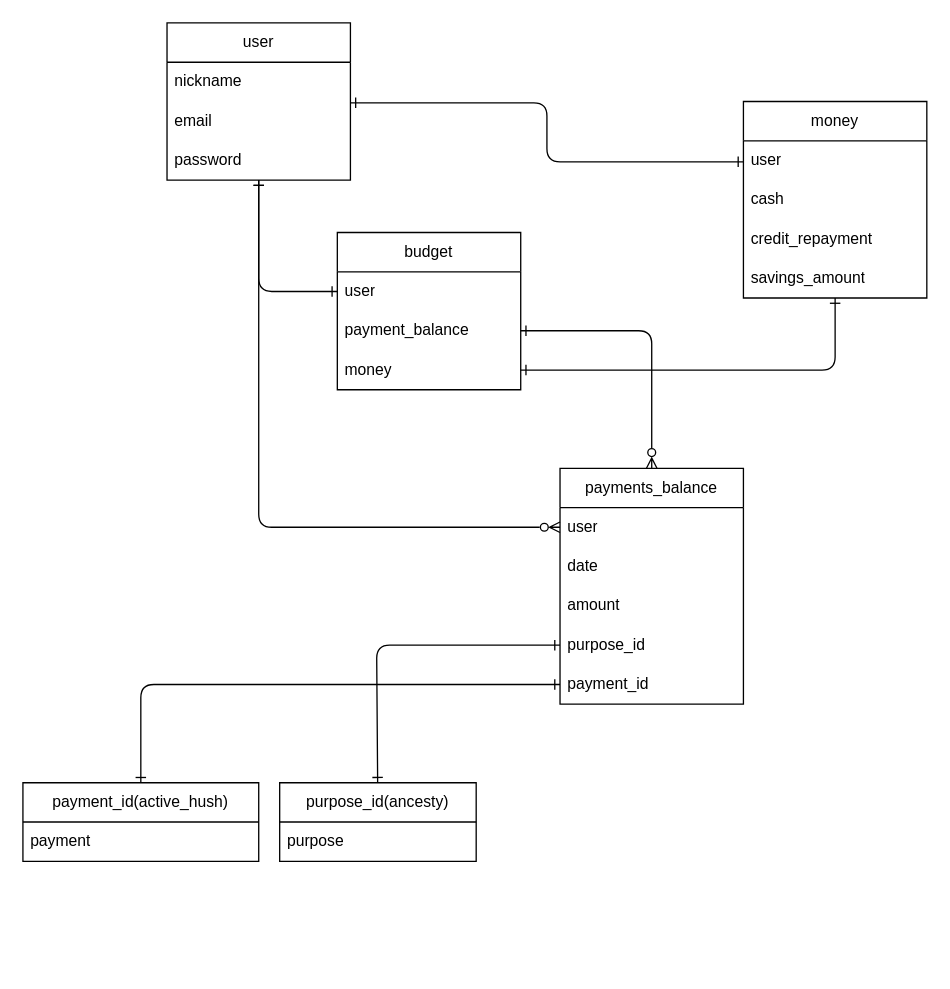
Above: my_ecopla_ER.dio in Yuya7124/my_ecopla (draw.io), before the change. Source tidied: cells renumbered, new cells numbered last; positions are measured from the earlier drawing's top-left corner, leaving out a move shared by most shapes. Both pictures are drawn from the tidied source at 131%, with x=0, y=0 at pixel (22, 22).
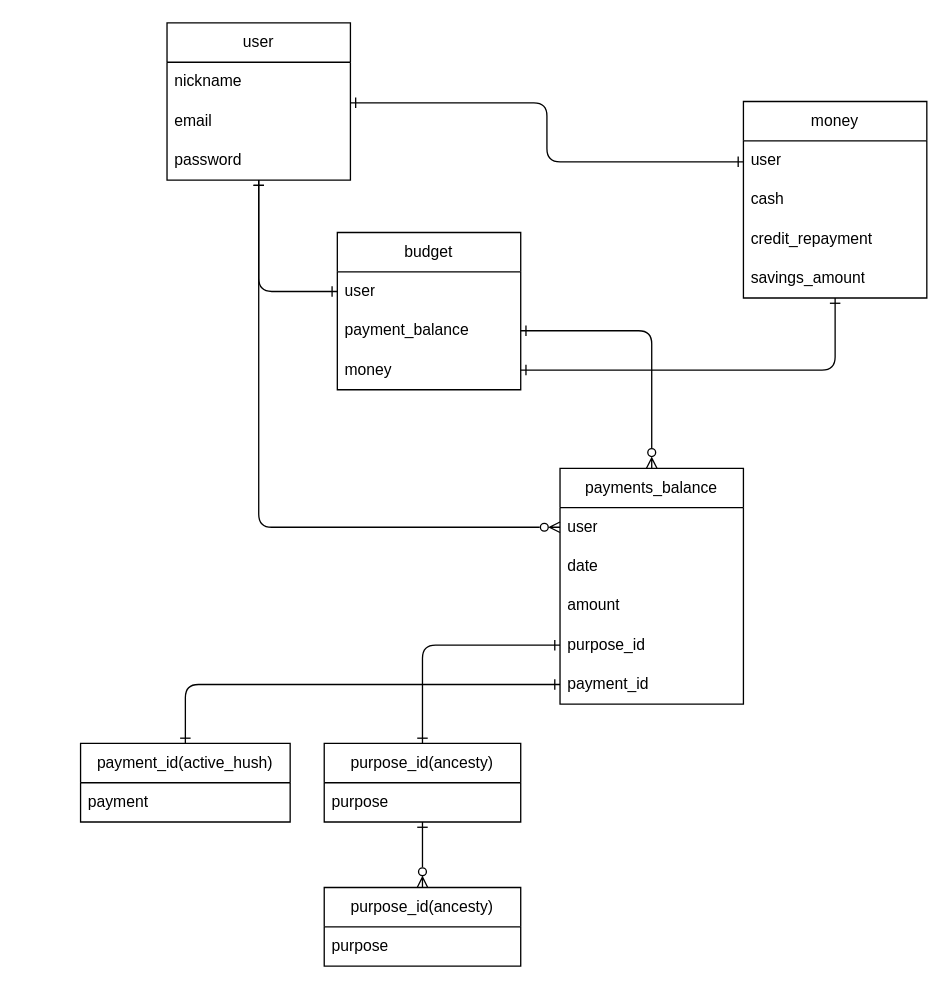
The same page after the edit.

Commit message (it also covers changes not shown here):
画面遷移図の編集と、数値アニメーションの仮実装

The change refers to these unchanged cells:
```xml
<mxCell id="11" value="purpose_id" style="text;strokeColor=none;fillColor=none;align=left;verticalAlign=middle;spacingLeft=4;spacingRight=4;overflow=hidden;points=[[0,0.5],[1,0.5]];portConstraint=eastwest;whiteSpace=wrap;html=1;" parent="7" vertex="1">
  <mxGeometry y="120" width="140" height="30" as="geometry" />
</mxCell>
<mxCell id="12" value="payment_id" style="text;strokeColor=none;fillColor=none;align=left;verticalAlign=middle;spacingLeft=4;spacingRight=4;overflow=hidden;points=[[0,0.5],[1,0.5]];portConstraint=eastwest;whiteSpace=wrap;html=1;" parent="7" vertex="1">
  <mxGeometry y="150" width="140" height="30" as="geometry" />
</mxCell>
```

Diff of the diagram source:
```diff
@@
     <mxCell id="22" style="edgeStyle=none;html=1;entryX=0;entryY=0.5;entryDx=0;entryDy=0;startArrow=ERone;startFill=0;endArrow=ERone;endFill=0;" parent="1" edge="1" source="23" target="12">
       <mxGeometry relative="1" as="geometry">
         <Array as="points">
-          <mxPoint x="90" y="505" />
+          <mxPoint x="124" y="505" />
         </Array>
       </mxGeometry>
     </mxCell>
     <mxCell id="23" value="&lt;span style=&quot;text-align: left;&quot;&gt;payment_i&lt;/span&gt;&lt;span style=&quot;text-align: left;&quot;&gt;d(active_hush)&lt;/span&gt;" style="swimlane;fontStyle=0;horizontal=1;startSize=30;whiteSpace=wrap;html=1;" parent="1" vertex="1">
-      <mxGeometry y="580" width="180" height="60" as="geometry" />
+      <mxGeometry x="44" y="550" width="160" height="60" as="geometry" />
     </mxCell>
     <mxCell id="24" value="payment" style="text;strokeColor=none;fillColor=none;align=left;verticalAlign=middle;spacingLeft=4;spacingRight=4;overflow=hidden;whiteSpace=wrap;html=1;" parent="23" vertex="1">
-      <mxGeometry y="30" width="180" height="30" as="geometry" />
+      <mxGeometry y="30" width="160" height="30" as="geometry" />
     </mxCell>
+    <mxCell id="32" style="edgeStyle=none;html=1;endArrow=ERzeroToMany;endFill=0;startArrow=ERone;startFill=0;" parent="1" edge="1" source="25" target="33">
+      <mxGeometry relative="1" as="geometry" />
+    </mxCell>
     <mxCell id="25" value="&lt;span style=&quot;text-align: left;&quot;&gt;purpose_id&lt;/span&gt;(ancesty)" style="swimlane;fontStyle=0;horizontal=1;startSize=30;whiteSpace=wrap;html=1;" parent="1" vertex="1">
-      <mxGeometry x="196" y="580" width="150" height="60" as="geometry" />
+      <mxGeometry x="230" y="550" width="150" height="60" as="geometry" />
     </mxCell>
@@
     <mxCell id="27" style="edgeStyle=none;html=1;entryX=0;entryY=0.5;entryDx=0;entryDy=0;startArrow=ERone;startFill=0;endArrow=ERone;endFill=0;" parent="1" edge="1" source="25" target="11">
       <mxGeometry relative="1" as="geometry">
         <Array as="points">
-          <mxPoint x="270" y="475" />
+          <mxPoint x="305" y="475" />
         </Array>
       </mxGeometry>
     </mxCell>
@@
+    <mxCell id="33" value="&lt;span style=&quot;text-align: left;&quot;&gt;purpose_id&lt;/span&gt;(ancesty)" style="swimlane;fontStyle=0;horizontal=1;startSize=30;whiteSpace=wrap;html=1;" parent="1" vertex="1">
+      <mxGeometry x="230" y="660" width="150" height="60" as="geometry" />
+    </mxCell>
+    <mxCell id="34" value="purpose" style="text;strokeColor=none;fillColor=none;align=left;verticalAlign=middle;spacingLeft=4;spacingRight=4;overflow=hidden;whiteSpace=wrap;html=1;" parent="33" vertex="1">
+      <mxGeometry y="30" width="150" height="30" as="geometry" />
+    </mxCell>
```
